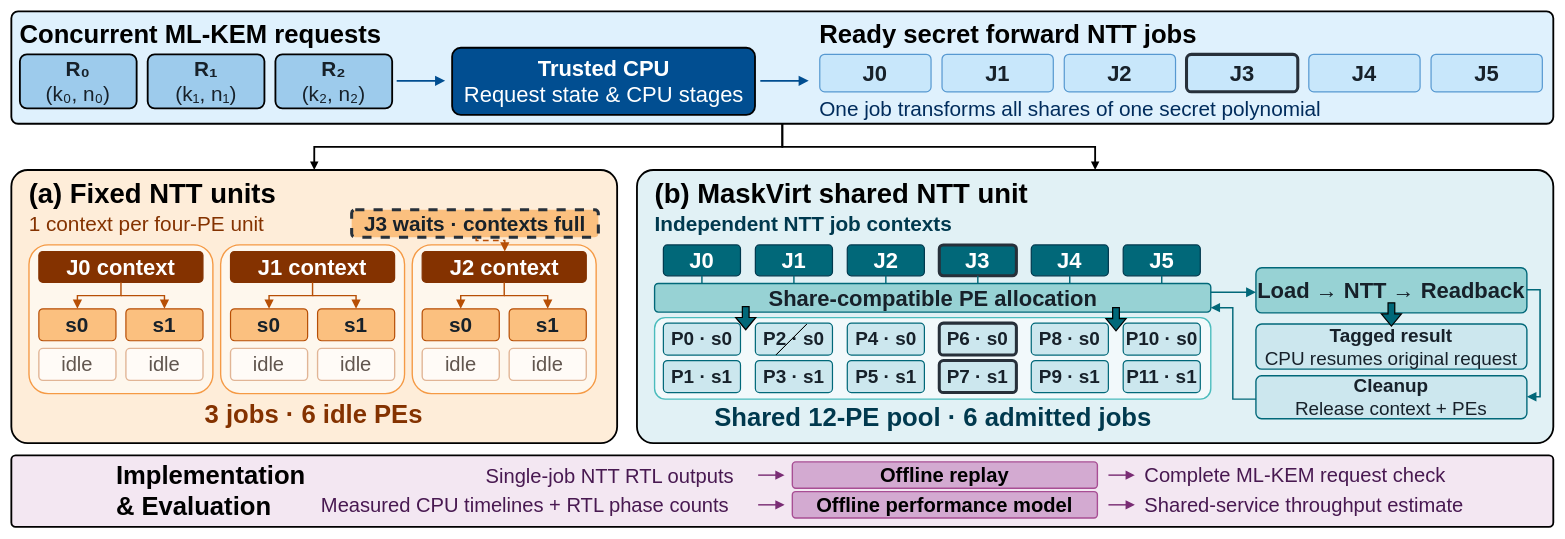
Earlier version of the draw.io diagram all/DAC2026/MaskVirt_fig1.drawio (ZKY6662017/iodraw-files). Source tidied: cells renumbered, new cells numbered last; positions are measured from the earlier drawing's top-left corner, leaving out a move shared by most shapes. Both pictures are drawn from the tidied source at 61%, with x=0, y=0 at pixel (11, 11).
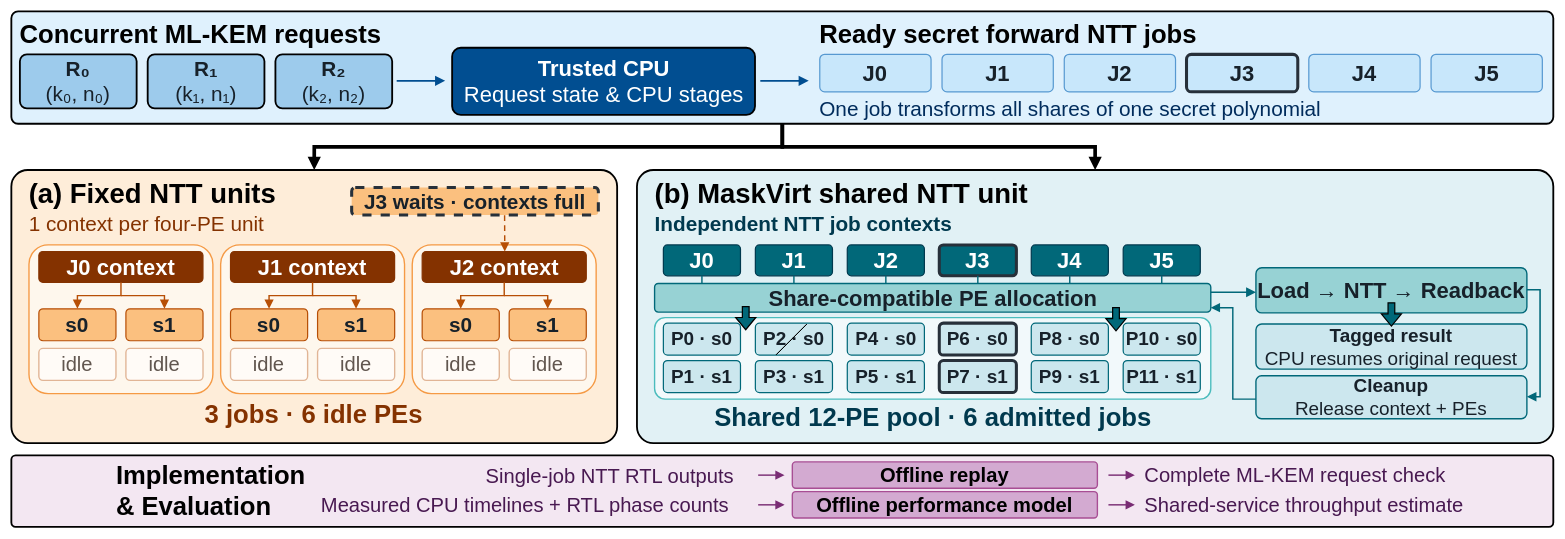
The same diagram, later.

Unchanged cells that the change refers to:
```xml
<mxCell id="4" style="rounded=1;arcSize=6;html=1;fillColor=#DFF1FD;strokeColor=#000000;strokeWidth=3;" parent="1" vertex="1">
  <mxGeometry x="0.1" y="0.2" width="2527.8" height="184.2" as="geometry" />
</mxCell>
<mxCell id="5" style="html=1;whiteSpace=wrap;verticalAlign=middle;align=center;fontFamily=Helvetica;fontSize=36;fontColor=#17212A;fontStyle=0;fillColor=#FEEDD9;strokeColor=#000000;strokeWidth=3;rounded=1;arcSize=6;spacing=0;dashed=0;" parent="1" vertex="1">
  <mxGeometry x="0.1" y="260.2" width="993.1" height="447.8" as="geometry" />
</mxCell>
<mxCell id="6" style="html=1;whiteSpace=wrap;verticalAlign=middle;align=center;fontFamily=Helvetica;fontSize=36;fontColor=#17212A;fontStyle=0;fillColor=#E1F1F5;strokeColor=#000000;strokeWidth=3;rounded=1;arcSize=6;spacing=0;dashed=0;" parent="1" vertex="1">
  <mxGeometry x="1025.7" y="260.2" width="1502.2" height="447.8" as="geometry" />
</mxCell>
```

What changed in the source:
```diff
@@
-    <mxCell id="2" style="edgeStyle=orthogonalEdgeStyle;rounded=0;jettySize=auto;html=1;exitX=0.5;exitY=1;exitDx=0;exitDy=0;entryX=0.5;entryY=0;entryDx=0;entryDy=0;defaultLabelBackgroundColor=page;labelPadding=0 4;strokeWidth=3;endArrow=block;endFill=1;" parent="1" edge="1" source="4" target="5">
+    <mxCell id="2" style="edgeStyle=orthogonalEdgeStyle;rounded=0;jettySize=auto;html=1;exitX=0.5;exitY=1;exitDx=0;exitDy=0;entryX=0.5;entryY=0;entryDx=0;entryDy=0;defaultLabelBackgroundColor=page;labelPadding=0 4;strokeWidth=6;endArrow=block;endFill=1;" parent="1" edge="1" source="4" target="5">
       <mxGeometry relative="1" as="geometry" />
     </mxCell>
-    <mxCell id="3" style="edgeStyle=orthogonalEdgeStyle;rounded=0;jettySize=auto;html=1;exitX=0.5;exitY=1;exitDx=0;exitDy=0;defaultLabelBackgroundColor=page;labelPadding=0 4;strokeWidth=3;endArrow=block;endFill=1;" parent="1" edge="1" source="4" target="6">
+    <mxCell id="3" style="edgeStyle=orthogonalEdgeStyle;rounded=0;jettySize=auto;html=1;exitX=0.5;exitY=1;exitDx=0;exitDy=0;defaultLabelBackgroundColor=page;labelPadding=0 4;strokeWidth=6;endArrow=block;endFill=1;" parent="1" edge="1" source="4" target="6">
       <mxGeometry relative="1" as="geometry" />
     </mxCell>
@@
     <mxCell id="25" value="J3 waits · contexts full" style="html=1;whiteSpace=wrap;verticalAlign=middle;align=center;fontFamily=Helvetica;fontSize=34;fontColor=#17212A;fontStyle=1;fillColor=#FBC07F;strokeColor=#27303A;strokeWidth=5;rounded=1;arcSize=13;spacing=0;dashed=1;" parent="1" vertex="1">
-      <mxGeometry x="558" y="325.2" width="404.4" height="45.1" as="geometry" />
+      <mxGeometry x="558" y="289" width="404.4" height="45.1" as="geometry" />
     </mxCell>
@@
-    <mxCell id="50" style="html=1;rounded=0;endArrow=block;endFill=1;endSize=9.03;strokeWidth=2.35;strokeColor=#B74F06;dashed=1;dashPattern=4 3;" parent="1" edge="1">
+    <mxCell id="50" style="html=1;rounded=0;endArrow=block;endFill=1;endSize=9.03;strokeWidth=2.35;strokeColor=#B74F06;dashed=1;dashPattern=4 3;exitX=0.62;exitY=1.007;exitDx=0;exitDy=0;exitPerimeter=0;" parent="1" edge="1" source="25">
       <mxGeometry relative="1" as="geometry">
-        <mxPoint x="762.1" y="370.4" as="sourcePoint" />
         <mxPoint x="809" y="393.8" as="targetPoint" />
-        <Array as="points">
-          <mxPoint x="762.1" y="375.8" />
-          <mxPoint x="809" y="375.8" />
-        </Array>
       </mxGeometry>
     </mxCell>
```
